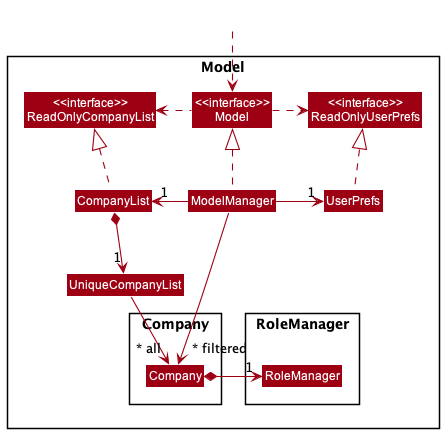
Before: docs/images/ModelClassDiagram.png, a diagram exported from PlantUML (nus-cs2103-AY2122S2/tp). Its diagram source:
```plantuml
@startuml
!include style.puml
skinparam arrowThickness 1.1
skinparam arrowColor MODEL_COLOR
skinparam classBackgroundColor MODEL_COLOR


Package Model <<Rectangle>>{
Class "<<interface>>\nReadOnlyCompanyList" as ReadOnlyCompanyList
Class "<<interface>>\nReadOnlyUserPrefs" as ReadOnlyUserPrefs
Class "<<interface>>\nModel" as Model
Class CompanyList
Class ModelManager
Class UserPrefs

Package Company\n <<Rectangle>>{
Class Company
}
Class UniqueCompanyList

Package RoleManager\n <<Rectangle>> {
Class RoleManager
}

}

Class HiddenOutside #FFFFFF
HiddenOutside ..> Model

CompanyList .up.|> ReadOnlyCompanyList

ModelManager .up.|> Model
Model .right.> ReadOnlyUserPrefs
Model .left.> ReadOnlyCompanyList
ModelManager -left-> "1" CompanyList
ModelManager -right-> "1" UserPrefs
UserPrefs .up.|> ReadOnlyUserPrefs

CompanyList *--> "1" UniqueCompanyList
UniqueCompanyList --> "~* all" Company
Company *-right-> "1" RoleManager



ModelManager -->"~* filtered" Company
@enduml
```
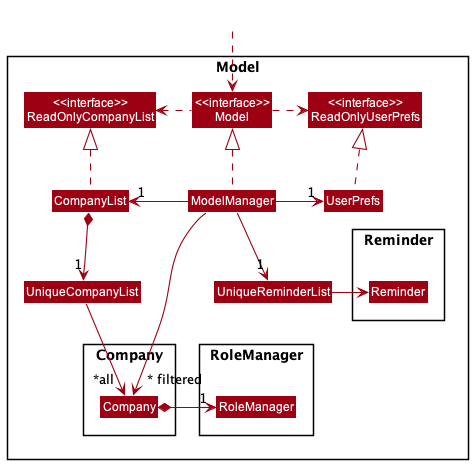
Above is the later version.

What changed in the source:
```diff
@@ -12,16 +12,21 @@
 Class CompanyList
 Class ModelManager
 Class UserPrefs
+Class UniqueReminderList
 
 Package Company\n <<Rectangle>>{
 Class Company
 }
 Class UniqueCompanyList
 
+
 Package RoleManager\n <<Rectangle>> {
 Class RoleManager
 }
 
+Package Reminder\n <<Rectangle>> {
+Class Reminder
+}
 }
 
 Class HiddenOutside #FFFFFF
@@ -33,12 +38,15 @@
 Model .right.> ReadOnlyUserPrefs
 Model .left.> ReadOnlyCompanyList
 ModelManager -left-> "1" CompanyList
+ModelManager -down-> "1" UniqueReminderList
 ModelManager -right-> "1" UserPrefs
 UserPrefs .up.|> ReadOnlyUserPrefs
 
 CompanyList *--> "1" UniqueCompanyList
-UniqueCompanyList --> "~* all" Company
+UniqueCompanyList --> "     ~*all" Company
 Company *-right-> "1" RoleManager
+UniqueReminderList -right-> Reminder
+
 
 
 
```
